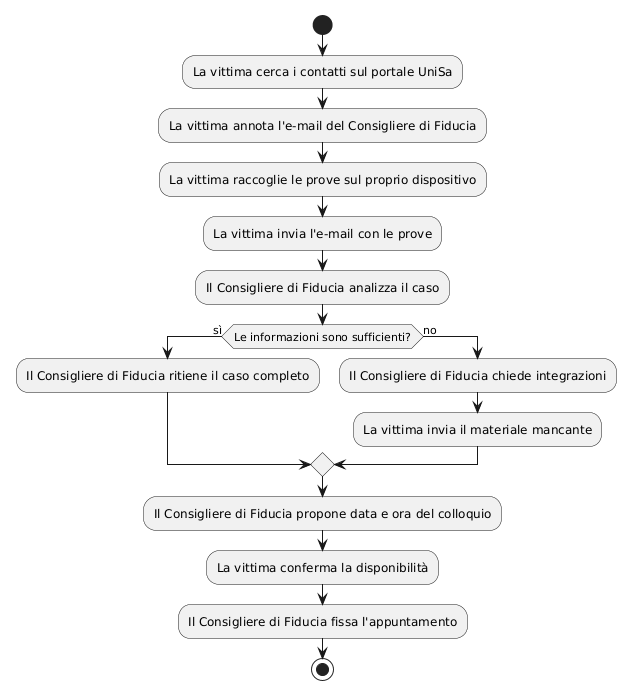
The PlantUML diagram docs/rad/assets/images/AD_Unico.png in pharos-oss/pharos, before a commit. Its diagram source:
```plantuml
@startuml
start
:La vittima cerca i contatti sul portale UniSa;
:La vittima annota l'e-mail del Consigliere di Fiducia;
:La vittima raccoglie le prove sul proprio dispositivo;
:La vittima invia l'e-mail con le prove;
:Il Consigliere di Fiducia analizza il caso;
if (Le informazioni sono sufficienti?) then (sì)
  :Il Consigliere di Fiducia ritiene il caso completo;
else (no)
  :Il Consigliere di Fiducia chiede integrazioni;
  :La vittima invia il materiale mancante;
endif
:Il Consigliere di Fiducia propone data e ora del colloquio;
:La vittima conferma la disponibilità;
:Il Consigliere di Fiducia fissa l'appuntamento;
stop
@enduml
```
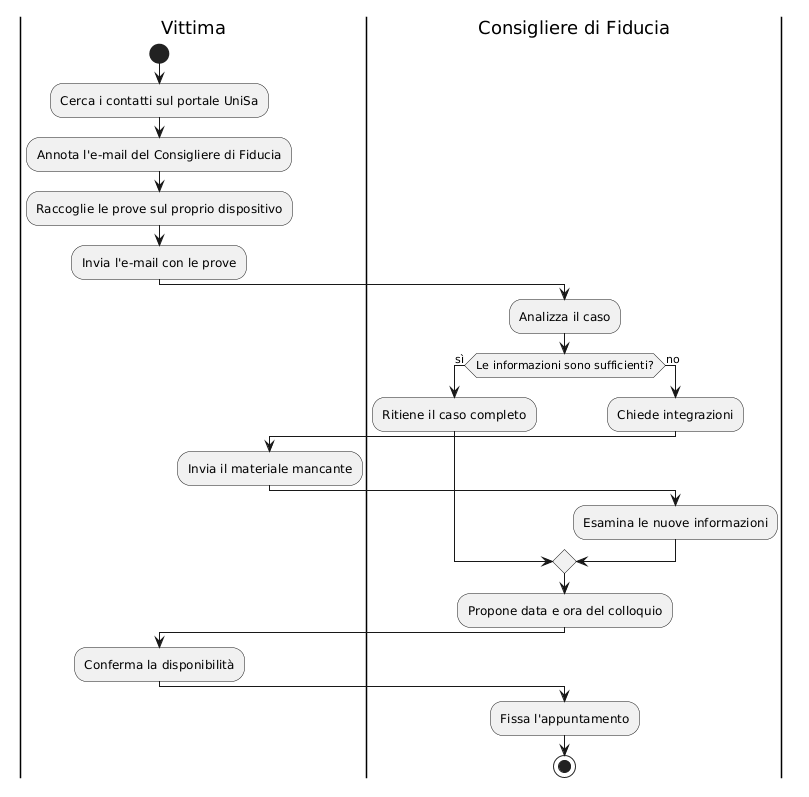
The same file after the commit.

Commit message:
docs: Correzione dell'activity diagram con aggiunta delle swimlanes

Change to the diagram source:
```diff
@@ -1,18 +1,28 @@
 @startuml
+|Vittima|
 start
-:La vittima cerca i contatti sul portale UniSa;
-:La vittima annota l'e-mail del Consigliere di Fiducia;
-:La vittima raccoglie le prove sul proprio dispositivo;
-:La vittima invia l'e-mail con le prove;
-:Il Consigliere di Fiducia analizza il caso;
+:Cerca i contatti sul portale UniSa;
+:Annota l'e-mail del Consigliere di Fiducia;
+:Raccoglie le prove sul proprio dispositivo;
+:Invia l'e-mail con le prove;
+
+|Consigliere di Fiducia|
+:Analizza il caso;
 if (Le informazioni sono sufficienti?) then (sì)
-  :Il Consigliere di Fiducia ritiene il caso completo;
+  :Ritiene il caso completo;
 else (no)
-  :Il Consigliere di Fiducia chiede integrazioni;
-  :La vittima invia il materiale mancante;
+  :Chiede integrazioni;
+  |Vittima|
+  :Invia il materiale mancante;
+  |Consigliere di Fiducia|
+  :Esamina le nuove informazioni;
 endif
-:Il Consigliere di Fiducia propone data e ora del colloquio;
-:La vittima conferma la disponibilità;
-:Il Consigliere di Fiducia fissa l'appuntamento;
+:Propone data e ora del colloquio;
+
+|Vittima|
+:Conferma la disponibilità;
+
+|Consigliere di Fiducia|
+:Fissa l'appuntamento;
 stop
 @enduml
```
